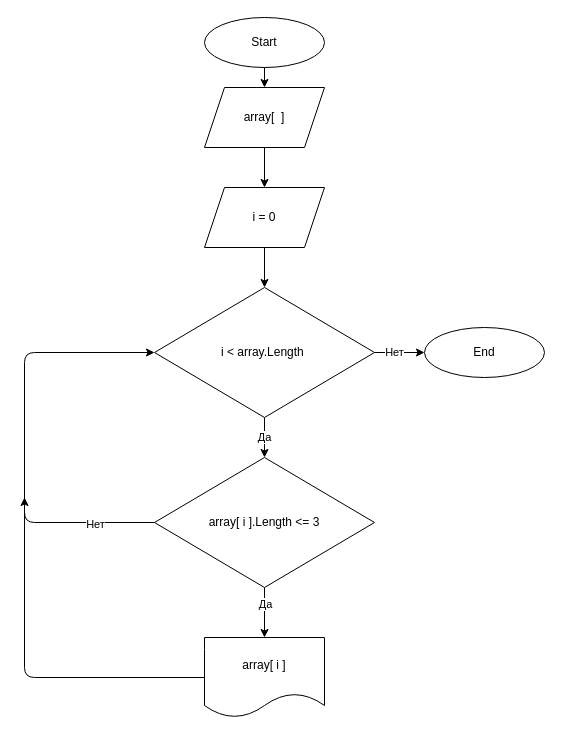
Before: algoritm.drawio in zversko/Total, a draw.io diagram. Source tidied: cells renumbered, new cells numbered last; positions are measured from the earlier drawing's top-left corner, leaving out a move shared by most shapes. Both pictures are drawn from the tidied source at 100%, with x=0, y=0 at pixel (24, 17).
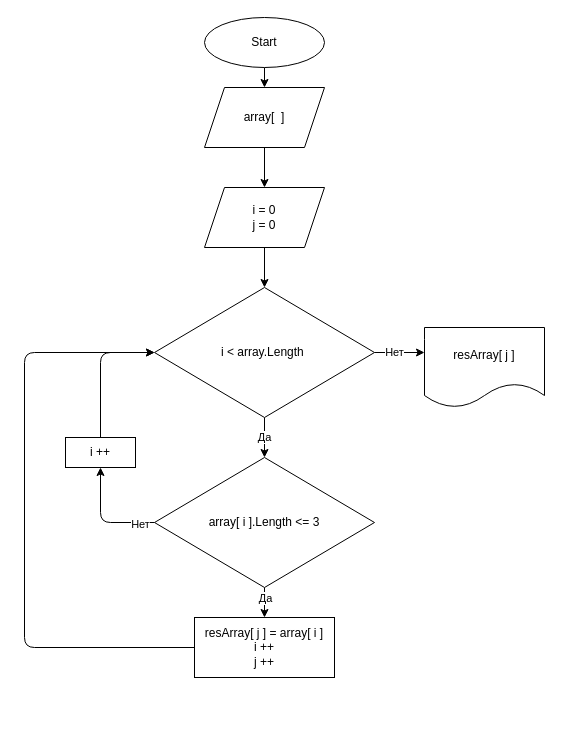
The same page after the edit.

Commit message (it also covers changes not shown here):
Change program, readme, algoritm

The change refers to these unchanged cells:
```xml
<mxCell id="9" value="i &amp;lt;&amp;nbsp;array.Length&amp;nbsp;" style="rhombus;whiteSpace=wrap;html=1;" parent="1" vertex="1">
  <mxGeometry x="130" y="270" width="220" height="130" as="geometry" />
</mxCell>
<mxCell id="16" value="array[ i ].Length &amp;lt;= 3" style="rhombus;whiteSpace=wrap;html=1;" parent="1" vertex="1">
  <mxGeometry x="130" y="440" width="220" height="130" as="geometry" />
</mxCell>
```

Change to the diagram source:
```diff
@@
-    <mxCell id="7" style="edgeStyle=none;html=1;" parent="1" edge="1" source="9" target="19">
-      <mxGeometry relative="1" as="geometry" />
+    <mxCell id="7" style="edgeStyle=none;html=1;" parent="1" edge="1" source="9">
+      <mxGeometry relative="1" as="geometry">
+        <mxPoint x="400" y="335" as="targetPoint" />
+      </mxGeometry>
     </mxCell>
@@
-    <mxCell id="11" value="i = 0" style="shape=parallelogram;perimeter=parallelogramPerimeter;whiteSpace=wrap;html=1;fixedSize=1;" parent="1" vertex="1">
+    <mxCell id="11" value="i = 0&lt;br&gt;j = 0" style="shape=parallelogram;perimeter=parallelogramPerimeter;whiteSpace=wrap;html=1;fixedSize=1;" parent="1" vertex="1">
       <mxGeometry x="180" y="170" width="120" height="60" as="geometry" />
     </mxCell>
-    <mxCell id="12" style="edgeStyle=none;html=1;" parent="1" edge="1" source="16" target="18">
+    <mxCell id="12" style="edgeStyle=none;html=1;entryX=0.5;entryY=0;entryDx=0;entryDy=0;" parent="1" edge="1" source="16" target="20">
       <mxGeometry relative="1" as="geometry" />
     </mxCell>
@@
-    <mxCell id="14" style="edgeStyle=none;html=1;exitX=0;exitY=0.5;exitDx=0;exitDy=0;entryX=0;entryY=0.5;entryDx=0;entryDy=0;" parent="1" edge="1" source="16" target="9">
+    <mxCell id="14" style="edgeStyle=none;html=1;exitX=0;exitY=0.5;exitDx=0;exitDy=0;entryX=0.5;entryY=1;entryDx=0;entryDy=0;" parent="1" edge="1" source="16" target="22">
       <mxGeometry relative="1" as="geometry">
         <Array as="points">
-          <mxPoint y="505" />
-          <mxPoint y="335" />
+          <mxPoint x="76" y="505" />
         </Array>
       </mxGeometry>
     </mxCell>
@@
-    <mxCell id="17" style="edgeStyle=none;html=1;exitX=0;exitY=0.5;exitDx=0;exitDy=0;" parent="1" edge="1" source="18">
+    <mxCell id="17" style="edgeStyle=none;html=1;exitX=0;exitY=0.5;exitDx=0;exitDy=0;entryX=0;entryY=0.5;entryDx=0;entryDy=0;" parent="1" edge="1" source="20" target="9">
       <mxGeometry relative="1" as="geometry">
-        <mxPoint y="480" as="targetPoint" />
         <Array as="points">
-          <mxPoint y="660" />
+          <mxPoint y="630" />
+          <mxPoint y="335" />
         </Array>
       </mxGeometry>
     </mxCell>
-    <mxCell id="18" value="array[ i ]" style="shape=document;whiteSpace=wrap;html=1;boundedLbl=1;" parent="1" vertex="1">
-      <mxGeometry x="180" y="620" width="120" height="80" as="geometry" />
-    </mxCell>
-    <mxCell id="19" value="End" style="ellipse;whiteSpace=wrap;html=1;" parent="1" vertex="1">
-      <mxGeometry x="400" y="310" width="120" height="50" as="geometry" />
-    </mxCell>
+    <mxCell id="20" value="resArray[ j ] = array[ i ]&lt;br&gt;i ++&lt;br&gt;j ++" style="rounded=0;whiteSpace=wrap;html=1;" parent="1" vertex="1">
+      <mxGeometry x="170" y="600" width="140" height="60" as="geometry" />
+    </mxCell>
+    <mxCell id="21" style="edgeStyle=none;html=1;exitX=0.5;exitY=0;exitDx=0;exitDy=0;entryX=0;entryY=0.5;entryDx=0;entryDy=0;" parent="1" edge="1" source="22" target="9">
+      <mxGeometry relative="1" as="geometry">
+        <Array as="points">
+          <mxPoint x="76" y="335" />
+        </Array>
+      </mxGeometry>
+    </mxCell>
+    <mxCell id="22" value="i ++" style="rounded=0;whiteSpace=wrap;html=1;" parent="1" vertex="1">
+      <mxGeometry x="41" y="420" width="70" height="30" as="geometry" />
+    </mxCell>
+    <mxCell id="23" value="&lt;span&gt;resArray[ j ]&lt;/span&gt;" style="shape=document;whiteSpace=wrap;html=1;boundedLbl=1;" parent="1" vertex="1">
+      <mxGeometry x="400" y="310" width="120" height="80" as="geometry" />
+    </mxCell>
```
